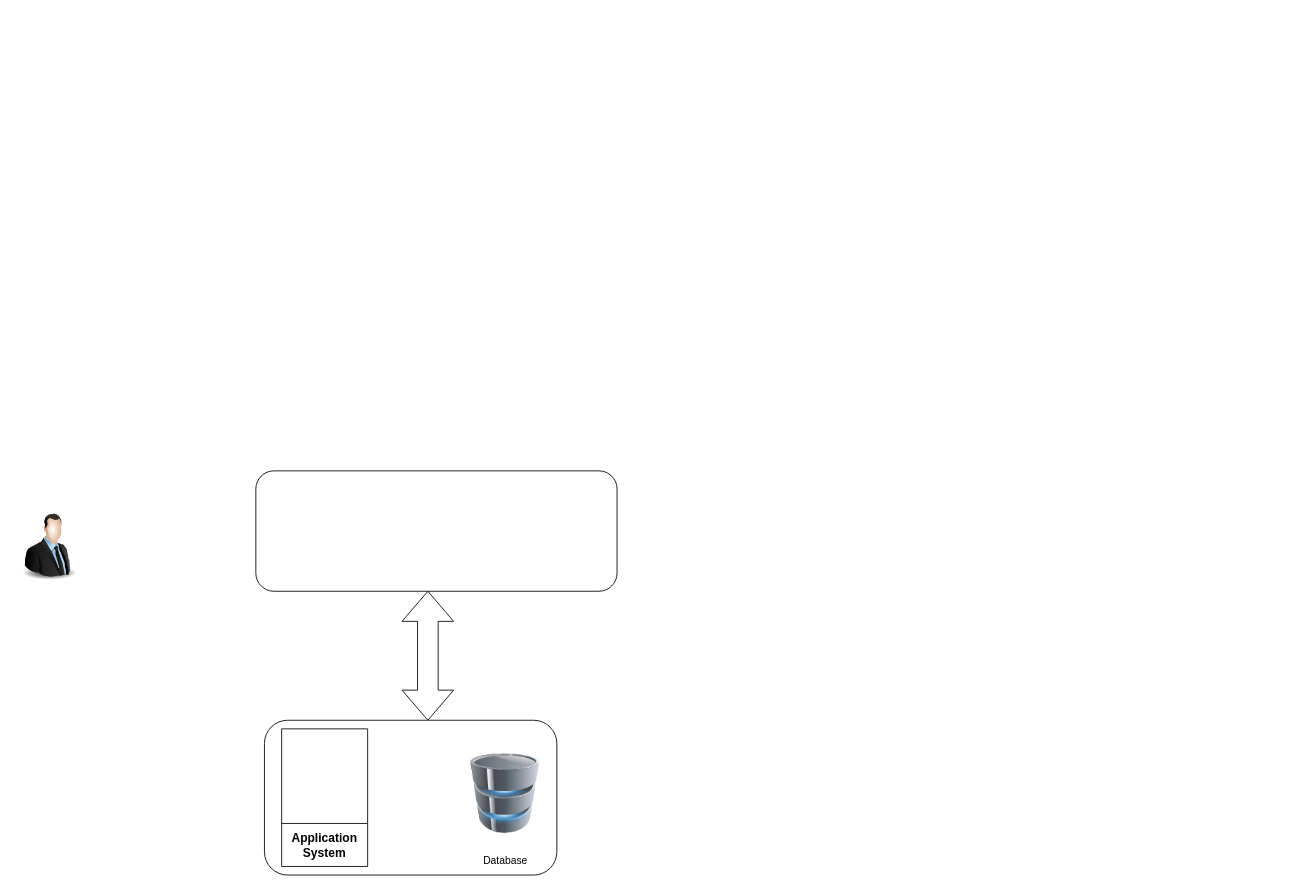
Above: Ανώνυμο διάγραμμα.drawio in NikosSarrisDev/ESP32_TEMPERATURE_HIMIDITY (draw.io), before the change. Source tidied: cells renumbered, new cells numbered last; positions are measured from the earlier drawing's top-left corner, leaving out a move shared by most shapes. Both pictures are drawn from the tidied source at 86%, with x=0, y=0 at pixel (15, 470).
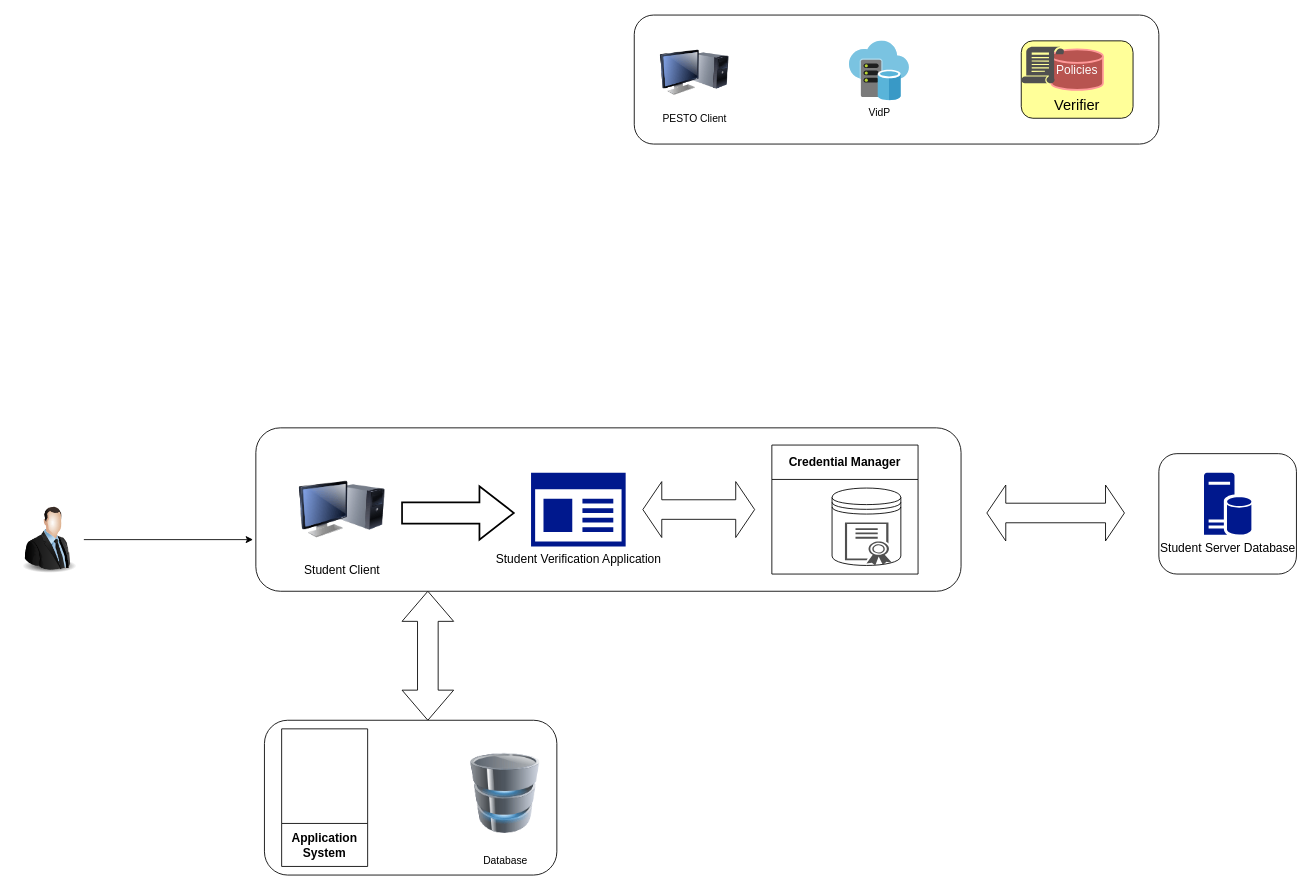
The same diagram, later.

Change to the diagram source:
```diff
@@
     <mxCell id="2" style="image;html=1;image=img/lib/clip_art/people/Suit_Man_128x128.png;" parent="1" vertex="1">
-      <mxGeometry y="48" width="80" height="80" as="geometry" />
+      <mxGeometry y="40" width="80" height="80" as="geometry" />
     </mxCell>
     <mxCell id="3" style="rounded=1;whiteSpace=wrap;html=1;" parent="1" vertex="1">
-      <mxGeometry x="280" width="420" height="140" as="geometry" />
+      <mxGeometry x="280" y="-50" width="820" height="190" as="geometry" />
     </mxCell>
@@
+    <mxCell id="8" value="Student Client" style="image;html=1;image=img/lib/clip_art/computers/Monitor_Tower_128x128.png;fontSize=14;" parent="1" vertex="1">
+      <mxGeometry x="330" y="-10" width="100" height="110" as="geometry" />
+    </mxCell>
+    <mxCell id="9" value="Student Verification Application" style="sketch=0;shadow=0;dashed=0;html=1;strokeColor=none;labelPosition=center;verticalLabelPosition=bottom;verticalAlign=top;align=center;fillColor=#00188D;shape=mxgraph.mscae.enterprise.app_generic;fontSize=14;" parent="1" vertex="1">
+      <mxGeometry x="600" y="2.1" width="110" height="85.8" as="geometry" />
+    </mxCell>
+    <mxCell id="10" style="verticalLabelPosition=bottom;verticalAlign=top;html=1;strokeWidth=2;shape=mxgraph.arrows2.arrow;dy=0.6;dx=40;notch=0;" parent="1" vertex="1">
+      <mxGeometry x="450" y="17.9" width="130" height="62.1" as="geometry" />
+    </mxCell>
+    <mxCell id="11" value="Credential Manager" style="swimlane;whiteSpace=wrap;html=1;startSize=40;fontSize=14;" parent="1" vertex="1">
+      <mxGeometry x="880" y="-30" width="170" height="150" as="geometry" />
+    </mxCell>
+    <mxCell id="12" style="html=1;shadow=0;dashed=0;align=center;verticalAlign=middle;shape=mxgraph.arrows2.twoWayArrow;dy=0.65;dx=22;" parent="1" vertex="1">
+      <mxGeometry x="730" y="12.5" width="130" height="65" as="geometry" />
+    </mxCell>
+    <mxCell id="13" style="shape=datastore;whiteSpace=wrap;html=1;" parent="1" vertex="1">
+      <mxGeometry x="950" y="20" width="80" height="90" as="geometry" />
+    </mxCell>
+    <mxCell id="14" style="sketch=0;shadow=0;dashed=0;html=1;strokeColor=none;labelPosition=center;verticalLabelPosition=bottom;verticalAlign=top;align=center;fillColor=#505050;shape=mxgraph.mscae.intune.intune_certificate_profiles;" parent="1" vertex="1">
+      <mxGeometry x="965" y="60" width="55" height="50" as="geometry" />
+    </mxCell>
+    <mxCell id="15" style="html=1;shadow=0;dashed=0;align=center;verticalAlign=middle;shape=mxgraph.arrows2.twoWayArrow;dy=0.65;dx=22;" parent="1" vertex="1">
+      <mxGeometry x="1130" y="16.5" width="160" height="65" as="geometry" />
+    </mxCell>
+    <mxCell id="16" style="edgeStyle=orthogonalEdgeStyle;rounded=0;jettySize=auto;html=1;entryX=-0.004;entryY=0.684;entryDx=0;entryDy=0;entryPerimeter=0;" parent="1" edge="1" source="2" target="3">
+      <mxGeometry relative="1" as="geometry" />
+    </mxCell>
+    <mxCell id="17" style="rounded=1;whiteSpace=wrap;html=1;fontSize=13;" parent="1" vertex="1">
+      <mxGeometry x="1330" y="-20" width="160" height="140" as="geometry" />
+    </mxCell>
+    <mxCell id="18" value="Student Server Database" style="sketch=0;shadow=0;dashed=0;html=1;strokeColor=none;labelPosition=center;verticalLabelPosition=bottom;verticalAlign=top;align=center;fillColor=#00188D;shape=mxgraph.mscae.enterprise.database_server;fontSize=14;" parent="1" vertex="1">
+      <mxGeometry x="1382.5" y="2.1" width="55.1" height="72.5" as="geometry" />
+    </mxCell>
+    <mxCell id="19" style="rounded=1;whiteSpace=wrap;html=1;fillColor=none;strokeColor=#000000;" parent="1" vertex="1">
+      <mxGeometry x="720" y="-530" width="610" height="150" as="geometry" />
+    </mxCell>
+    <mxCell id="20" value="PESTO Client" style="image;html=1;image=img/lib/clip_art/computers/Monitor_Tower_128x128.png;labelBackgroundColor=none;" parent="1" vertex="1">
+      <mxGeometry x="750" y="-503" width="80" height="80" as="geometry" />
+    </mxCell>
+    <mxCell id="21" value="VidP" style="image;sketch=0;html=1;align=center;fontSize=12;image=img/lib/mscae/Virtual_Datacenter.svg;labelBackgroundColor=none;" parent="1" vertex="1">
+      <mxGeometry x="970" y="-500" width="70" height="70" as="geometry" />
+    </mxCell>
+    <mxCell id="22" value="&lt;br&gt;&lt;br&gt;&lt;br&gt;Verifier" style="rounded=1;whiteSpace=wrap;html=1;glass=0;shadow=0;fontSize=17;fillColor=#FFFF99;" parent="1" vertex="1">
+      <mxGeometry x="1170" y="-500" width="130" height="90" as="geometry" />
+    </mxCell>
+    <mxCell id="23" value="Policies" style="strokeWidth=2;html=1;shape=mxgraph.flowchart.database;whiteSpace=wrap;labelBackgroundColor=none;fontSize=14;fillColor=#B85450;strokeColor=#FF9999;fontColor=#FCFCFC;" parent="1" vertex="1">
+      <mxGeometry x="1205" y="-490" width="60" height="47" as="geometry" />
+    </mxCell>
+    <mxCell id="24" style="sketch=0;shadow=0;dashed=0;html=1;strokeColor=none;labelPosition=center;verticalLabelPosition=bottom;verticalAlign=top;align=center;fillColor=#505050;shape=mxgraph.mscae.intune.policy;" parent="1" vertex="1">
+      <mxGeometry x="1170" y="-493" width="50" height="43" as="geometry" />
+    </mxCell>
```
